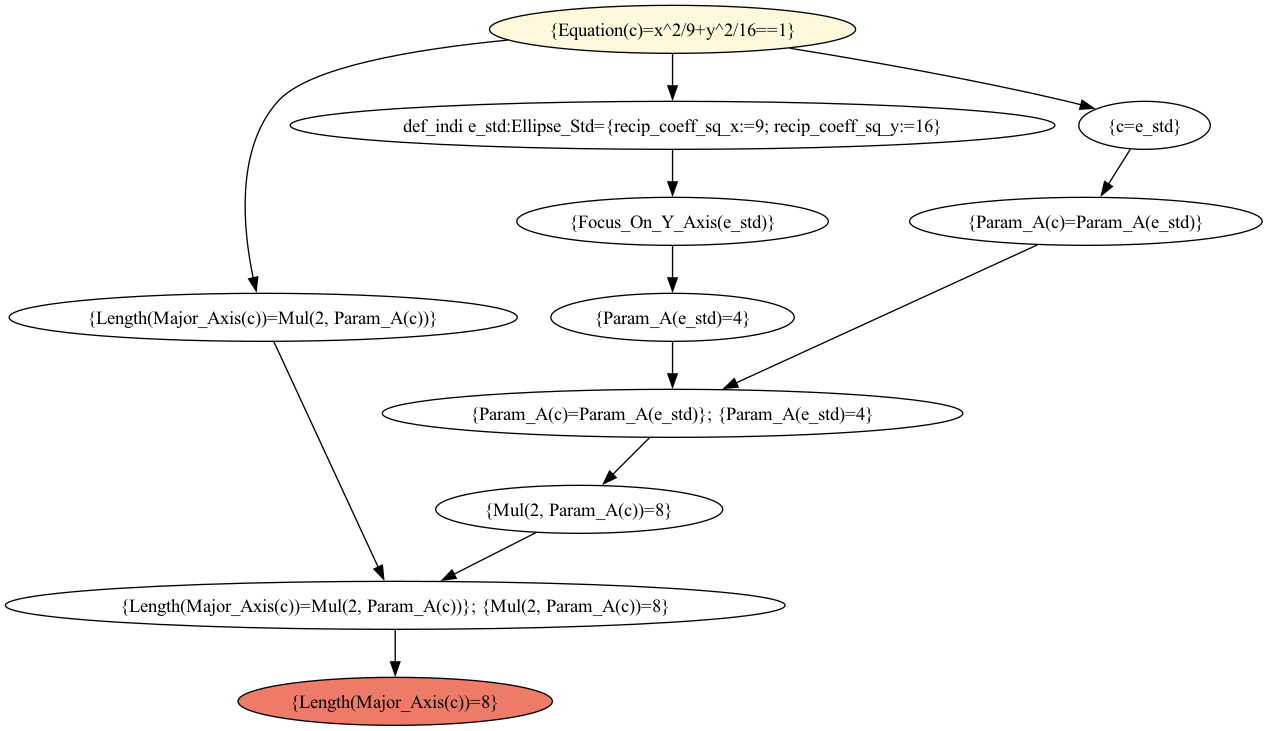
trapped-beast/KE_Reasoning_Engine keeps this Graphviz diagram as reasoning_engine/solving_process.png. Above is the earlier version. Its source is kept beside it as reasoning_engine/solving_process.dot.
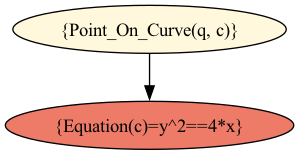
After the change.

Diff of the diagram source:
```diff
@@ -1,53 +1,15 @@
 digraph solving_process {
-	graph [bb="0,0,942.63,540"];
+	graph [bb="0,0,216.32,108"];
 	node [label="\N"];
-	"{Equation(c)=x^2/9+y^2/16==1}"	[fillcolor=cornsilk,
+	"{Point_On_Curve(q, c)}"	[fillcolor=cornsilk,
 		height=0.5,
-		pos="500.41,522",
+		pos="108.16,90",
 		style=filled,
-		width=3.8149];
-	"{Length(Major_Axis(c))=Mul(2, Param_A(c))}"	[height=0.5,
-		pos="193.41,306",
-		width=5.2934];
-	"{Equation(c)=x^2/9+y^2/16==1}" -> "{Length(Major_Axis(c))=Mul(2, Param_A(c))}"	[pos="e,188.46,324.39 376.73,513.92 306.28,507.09 227.54,493.8 204.41,468 172.07,431.92 178.41,371.11 185.92,335.45"];
-	"def_indi e_std:Ellipse_Std={recip_coeff_sq_x:=9; recip_coeff_sq_y:=16}"	[height=0.5,
-		pos="500.41,450",
-		width=7.9662];
-	"{Equation(c)=x^2/9+y^2/16==1}" -> "def_indi e_std:Ellipse_Std={recip_coeff_sq_x:=9; recip_coeff_sq_y:=16}"	[pos="e,500.41,468.1 500.41,503.7 500.41,496.41 500.41,487.73 500.41,479.54"];
-	"{c=e_std}"	[height=0.5,
-		pos="854.41,450",
-		width=1.3696];
-	"{Equation(c)=x^2/9+y^2/16==1}" -> "{c=e_std}"	[pos="e,817.75,462.39 588.35,507.81 647.5,498.31 727.05,484.33 796.41,468 799.78,467.21 803.24,466.34 806.71,465.42"];
-	"{Length(Major_Axis(c))=Mul(2, Param_A(c))}; {Mul(2, Param_A(c))=8}"	[height=0.5,
-		pos="292.41,90",
-		width=8.1226];
-	"{Length(Major_Axis(c))=Mul(2, Param_A(c))}" -> "{Length(Major_Axis(c))=Mul(2, Param_A(c))}; {Mul(2, Param_A(c))=8}"	[pos="e,284.44,108.23 201.35,287.85 218.44,250.91 258.85,163.55 279.61,118.67"];
-	"{Focus_On_Y_Axis(e_std)}"	[height=0.5,
-		pos="500.41,378",
-		width=3.2462];
-	"def_indi e_std:Ellipse_Std={recip_coeff_sq_x:=9; recip_coeff_sq_y:=16}" -> "{Focus_On_Y_Axis(e_std)}"	[pos="e,500.41,396.1 500.41,431.7 500.41,424.41 500.41,415.73 500.41,407.54"];
-	"{Param_A(c)=Param_A(e_std)}"	[height=0.5,
-		pos="810.41,378",
-		width=3.6727];
-	"{c=e_std}" -> "{Param_A(c)=Param_A(e_std)}"	[pos="e,821.27,396.28 843.76,432.05 838.81,424.18 832.8,414.62 827.26,405.79"];
-	"{Param_A(e_std)=4}"	[height=0.5,
-		pos="500.41,306",
-		width=2.5353];
-	"{Focus_On_Y_Axis(e_std)}" -> "{Param_A(e_std)=4}"	[pos="e,500.41,324.1 500.41,359.7 500.41,352.41 500.41,343.73 500.41,335.54"];
-	"{Param_A(c)=Param_A(e_std)}; {Param_A(e_std)=4}"	[height=0.5,
-		pos="500.41,234",
-		width=6.0469];
-	"{Param_A(e_std)=4}" -> "{Param_A(c)=Param_A(e_std)}; {Param_A(e_std)=4}"	[pos="e,500.41,252.1 500.41,287.7 500.41,280.41 500.41,271.73 500.41,263.54"];
-	"{Param_A(c)=Param_A(e_std)}" -> "{Param_A(c)=Param_A(e_std)}; {Param_A(e_std)=4}"	[pos="e,537.71,252.08 773.94,360.29 717.81,334.58 610.24,285.31 548.03,256.81"];
-	"{Mul(2, Param_A(c))=8}"	[height=0.5,
-		pos="430.41,162",
-		width=2.9903];
-	"{Param_A(c)=Param_A(e_std)}; {Param_A(e_std)=4}" -> "{Mul(2, Param_A(c))=8}"	[pos="e,447.52,180.1 483.11,215.7 474.8,207.39 464.69,197.28 455.55,188.14"];
-	"{Mul(2, Param_A(c))=8}" -> "{Length(Major_Axis(c))=Mul(2, Param_A(c))}; {Mul(2, Param_A(c))=8}"	[pos="e,326.32,108.2 397.71,144.41 379.38,135.12 356.28,123.4 336.39,113.31"];
-	"{Length(Major_Axis(c))=8}"	[fillcolor="#ee7b67",
+		width=2.8481];
+	"{Equation(c)=y^2==4*x}"	[fillcolor="#ee7b67",
 		height=0.5,
-		pos="292.41,18",
+		pos="108.16,18",
 		style=filled,
-		width=3.2746];
-	"{Length(Major_Axis(c))=Mul(2, Param_A(c))}; {Mul(2, Param_A(c))=8}" -> "{Length(Major_Axis(c))=8}"	[pos="e,292.41,36.104 292.41,71.697 292.41,64.407 292.41,55.726 292.41,47.536"];
+		width=3.0045];
+	"{Point_On_Curve(q, c)}" -> "{Equation(c)=y^2==4*x}"	[pos="e,108.16,36.104 108.16,71.697 108.16,64.407 108.16,55.726 108.16,47.536"];
 }
```
